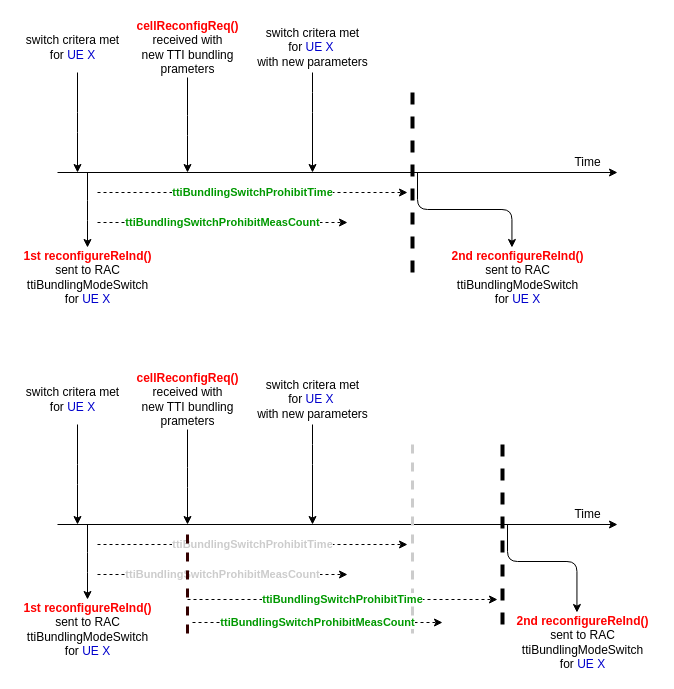
Earlier version of the draw.io diagram drawio/TTI_bundling_interval.drawio (proudeng/files). Source tidied: cells renumbered, new cells numbered last; positions are measured from the earlier drawing's top-left corner, leaving out a move shared by most shapes. Both pictures are drawn from the tidied source at 100%, with x=0, y=0 at pixel (17, 17).
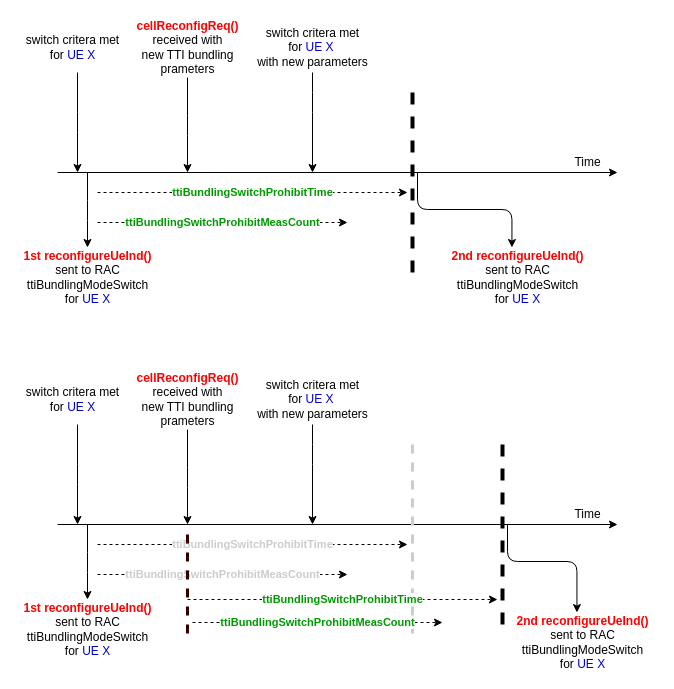
The same diagram, later.

What changed in the source:
```diff
@@
-    <mxCell id="4" value="&lt;b&gt;&lt;font color=&quot;#FF0000&quot;&gt;1st reconfigureReInd()&lt;/font&gt;&lt;/b&gt; &lt;br&gt;&lt;div&gt;sent to RAC &lt;br&gt;&lt;/div&gt;&lt;div&gt;ttiBundlingModeSwitch &lt;br&gt;&lt;/div&gt;&lt;div&gt;for &lt;font color=&quot;#0000CC&quot;&gt;UE X&lt;/font&gt;&lt;br&gt;&lt;/div&gt;" style="text;html=1;align=center;verticalAlign=middle;points=[];fillColor=none;strokeColor=none;rounded=0;rotation=0;" parent="1" vertex="1">
+    <mxCell id="4" value="&lt;b&gt;&lt;font color=&quot;#FF0000&quot;&gt;1st reconfigureUeInd()&lt;/font&gt;&lt;/b&gt; &lt;br&gt;&lt;div&gt;sent to RAC &lt;br&gt;&lt;/div&gt;&lt;div&gt;ttiBundlingModeSwitch &lt;br&gt;&lt;/div&gt;&lt;div&gt;for &lt;font color=&quot;#0000CC&quot;&gt;UE X&lt;/font&gt;&lt;br&gt;&lt;/div&gt;" style="text;html=1;align=center;verticalAlign=middle;points=[];fillColor=none;strokeColor=none;rounded=0;rotation=0;" parent="1" vertex="1">
       <mxGeometry y="230" width="140" height="60" as="geometry" />
     </mxCell>
@@
-    <mxCell id="13" value="&lt;div&gt;&lt;b&gt;&lt;font color=&quot;#FF0000&quot;&gt;2nd reconfigureReInd()&lt;/font&gt;&lt;/b&gt; &lt;br&gt;&lt;/div&gt;&lt;div&gt;sent to RAC&lt;br&gt;&lt;/div&gt;&lt;div&gt;ttiBundlingModeSwitch&lt;br&gt;&lt;/div&gt;&lt;div&gt;for &lt;font color=&quot;#0000CC&quot;&gt;UE X&lt;/font&gt;&lt;br&gt;&lt;/div&gt;" style="text;html=1;align=center;verticalAlign=middle;points=[];fillColor=none;strokeColor=none;rounded=0;rotation=0;" parent="1" vertex="1">
+    <mxCell id="13" value="&lt;div&gt;&lt;b&gt;&lt;font color=&quot;#FF0000&quot;&gt;2nd reconfigureUeInd()&lt;/font&gt;&lt;/b&gt; &lt;br&gt;&lt;/div&gt;&lt;div&gt;sent to RAC&lt;br&gt;&lt;/div&gt;&lt;div&gt;ttiBundlingModeSwitch&lt;br&gt;&lt;/div&gt;&lt;div&gt;for &lt;font color=&quot;#0000CC&quot;&gt;UE X&lt;/font&gt;&lt;br&gt;&lt;/div&gt;" style="text;html=1;align=center;verticalAlign=middle;points=[];fillColor=none;strokeColor=none;rounded=0;rotation=0;" parent="1" vertex="1">
       <mxGeometry x="425" y="230" width="150" height="60" as="geometry" />
     </mxCell>
@@
-    <mxCell id="19" value="&lt;b&gt;&lt;font color=&quot;#FF0000&quot;&gt;1st reconfigureReInd()&lt;/font&gt;&lt;/b&gt; &lt;br&gt;&lt;div&gt;sent to RAC &lt;br&gt;&lt;/div&gt;&lt;div&gt;ttiBundlingModeSwitch &lt;br&gt;&lt;/div&gt;&lt;div&gt;for &lt;font color=&quot;#0000CC&quot;&gt;UE X&lt;/font&gt;&lt;br&gt;&lt;/div&gt;" style="text;html=1;align=center;verticalAlign=middle;points=[];fillColor=none;strokeColor=none;rounded=0;rotation=0;" parent="1" vertex="1">
+    <mxCell id="19" value="&lt;b&gt;&lt;font color=&quot;#FF0000&quot;&gt;1st reconfigureUeInd()&lt;/font&gt;&lt;/b&gt; &lt;br&gt;&lt;div&gt;sent to RAC &lt;br&gt;&lt;/div&gt;&lt;div&gt;ttiBundlingModeSwitch &lt;br&gt;&lt;/div&gt;&lt;div&gt;for &lt;font color=&quot;#0000CC&quot;&gt;UE X&lt;/font&gt;&lt;br&gt;&lt;/div&gt;" style="text;html=1;align=center;verticalAlign=middle;points=[];fillColor=none;strokeColor=none;rounded=0;rotation=0;" parent="1" vertex="1">
       <mxGeometry y="582" width="140" height="60" as="geometry" />
     </mxCell>
@@
-    <mxCell id="28" value="&lt;div&gt;&lt;b&gt;&lt;font color=&quot;#FF0000&quot;&gt;2nd reconfigureReInd()&lt;/font&gt;&lt;/b&gt; &lt;br&gt;&lt;/div&gt;&lt;div&gt;sent to RAC&lt;br&gt;&lt;/div&gt;&lt;div&gt;ttiBundlingModeSwitch&lt;br&gt;&lt;/div&gt;&lt;div&gt;for &lt;font color=&quot;#0000CC&quot;&gt;UE X&lt;/font&gt;&lt;br&gt;&lt;/div&gt;" style="text;html=1;align=center;verticalAlign=middle;points=[];fillColor=none;strokeColor=none;rounded=0;rotation=0;" parent="1" vertex="1">
+    <mxCell id="28" value="&lt;div&gt;&lt;b&gt;&lt;font color=&quot;#FF0000&quot;&gt;2nd reconfigureUeInd()&lt;/font&gt;&lt;/b&gt; &lt;br&gt;&lt;/div&gt;&lt;div&gt;sent to RAC&lt;br&gt;&lt;/div&gt;&lt;div&gt;ttiBundlingModeSwitch&lt;br&gt;&lt;/div&gt;&lt;div&gt;for &lt;font color=&quot;#0000CC&quot;&gt;UE X&lt;/font&gt;&lt;br&gt;&lt;/div&gt;" style="text;html=1;align=center;verticalAlign=middle;points=[];fillColor=none;strokeColor=none;rounded=0;rotation=0;" parent="1" vertex="1">
       <mxGeometry x="490" y="595" width="150" height="60" as="geometry" />
     </mxCell>
```
